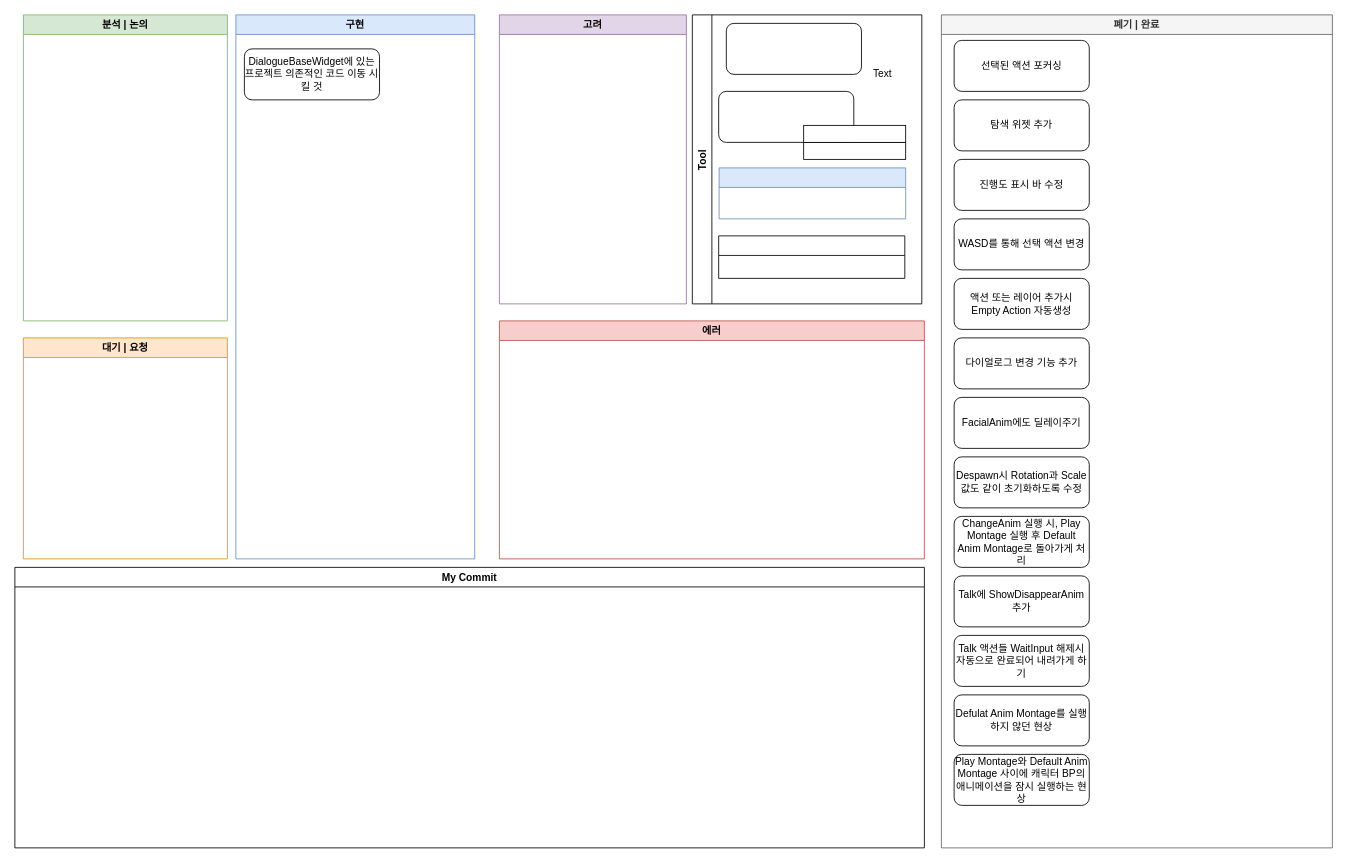
Endorr/Job-Board keeps this draw.io diagram as 다이얼로그 툴 진행상황.drawio. Above is the earlier version. Source tidied: cells renumbered, new cells numbered last; positions are measured from the earlier drawing's top-left corner, leaving out a move shared by most shapes. Both pictures are drawn from the tidied source at 85%, with x=0, y=0 at pixel (14, 14).
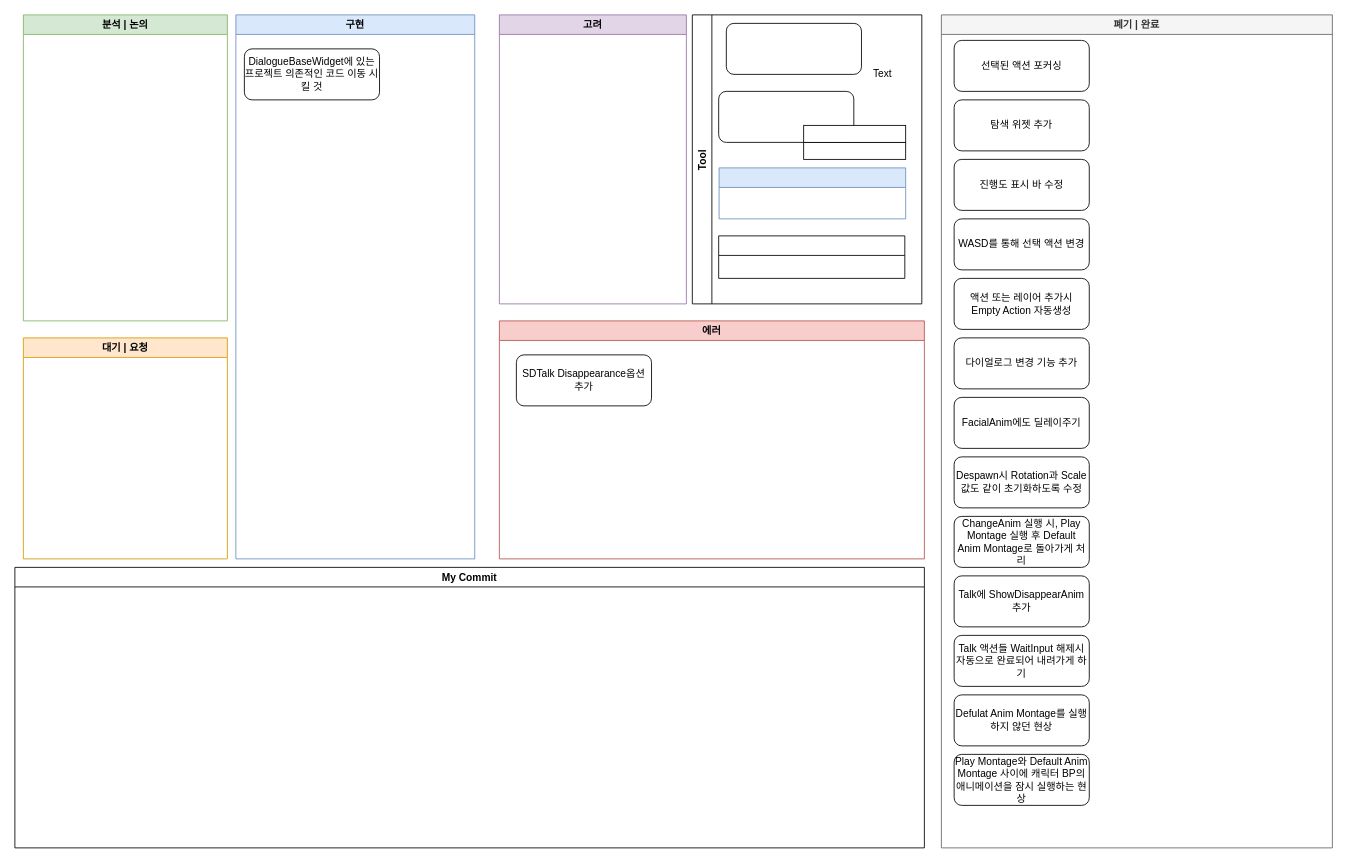
Above is the later version.

Commit message:
Update 다이얼로그 툴 진행상황.drawio

The change refers to these unchanged cells:
```xml
<mxCell id="7" value="에러" style="swimlane;fillColor=#f8cecc;strokeColor=#b85450;" parent="1" vertex="1">
  <mxGeometry x="570" y="360" width="500" height="280" as="geometry" />
</mxCell>
```

The edit, as a diff of the source:
```diff
@@
+    <mxCell id="32" value="SDTalk Disappearance옵션 추가" style="rounded=1;whiteSpace=wrap;html=1;" parent="7" vertex="1">
+      <mxGeometry x="20" y="40" width="159" height="60" as="geometry" />
+    </mxCell>
```
